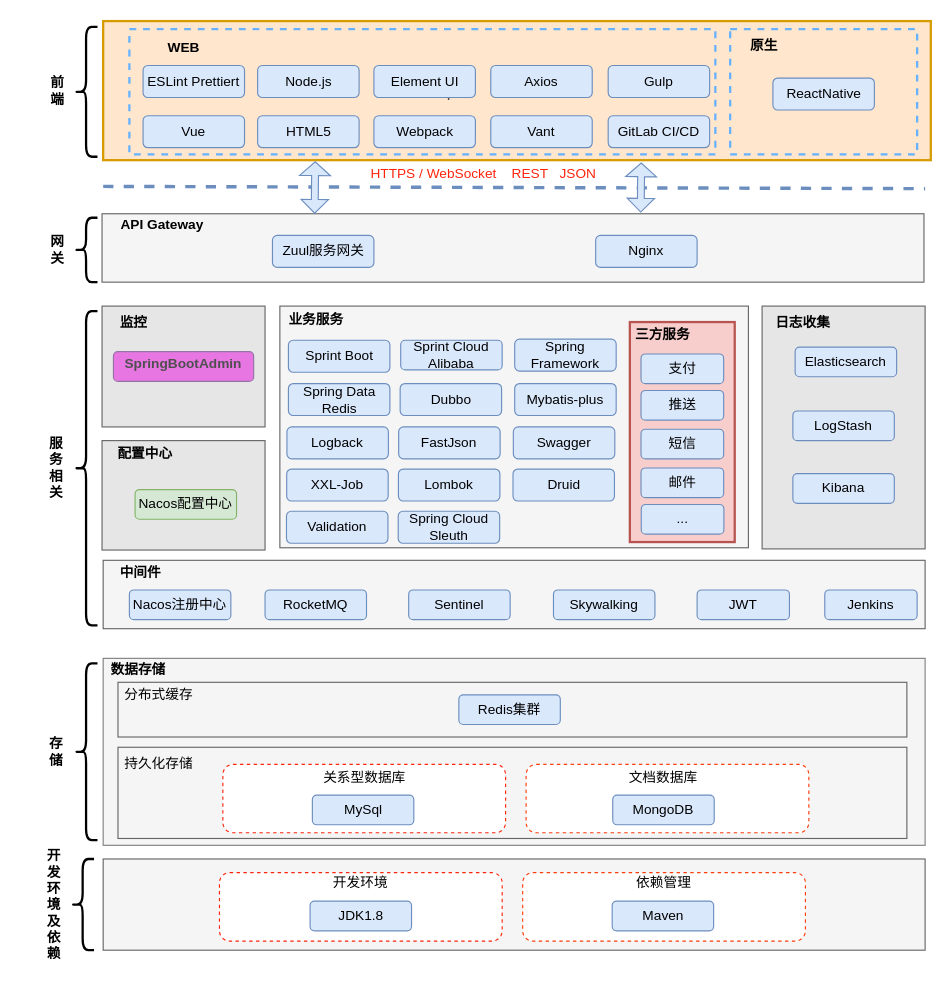
Above: 汽车公司技术架构图-new.drawio in ammengke/my-drawio (draw.io), before the change. Source tidied: cells renumbered, new cells numbered last; positions are measured from the earlier drawing's top-left corner, leaving out a move shared by most shapes. Both pictures are drawn from the tidied source at 114%, with x=0, y=0 at pixel (19, 21).
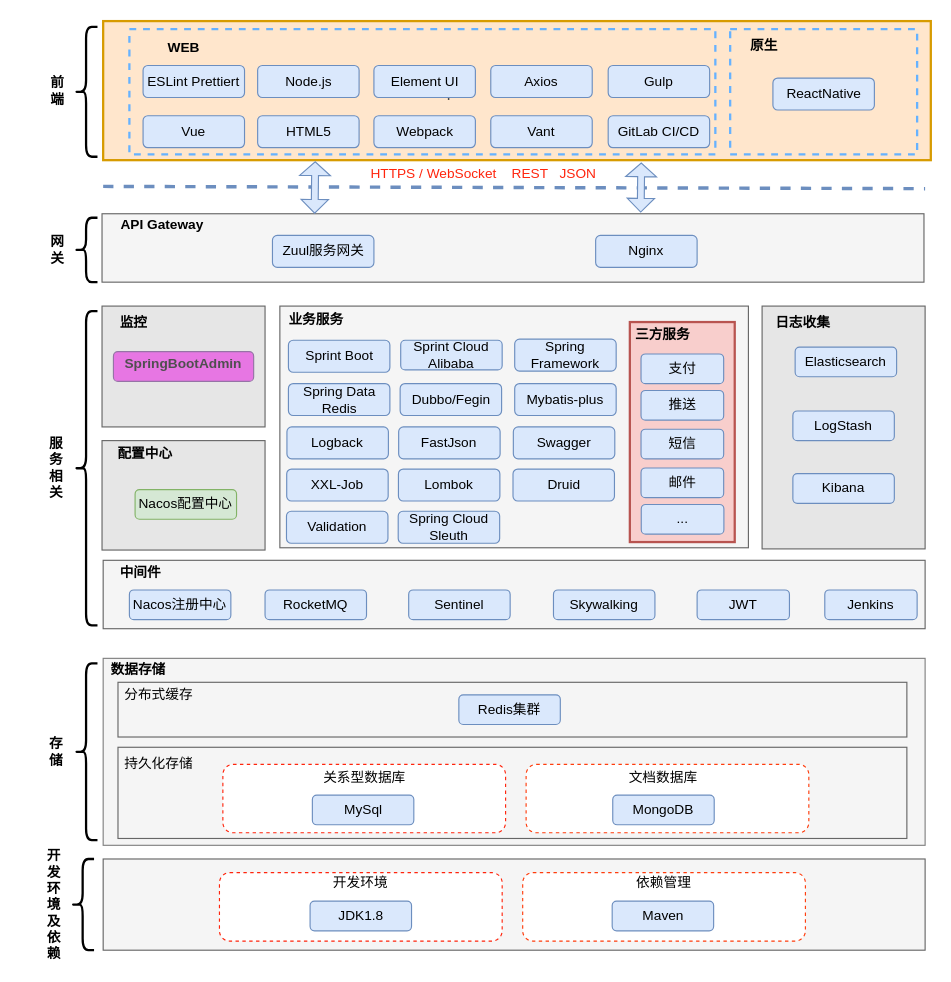
The same diagram, later.

Commit message:
Update 汽车公司技术架构图-new.drawio

The edit, as a diff of the source:
```diff
@@
-    <mxCell id="42" value="Dubbo" style="rounded=1;whiteSpace=wrap;html=1;strokeColor=#6c8ebf;fillColor=#dae8fc;fontFamily=Helvetica;" parent="1" vertex="1">
+    <mxCell id="42" value="Dubbo/Fegin" style="rounded=1;whiteSpace=wrap;html=1;strokeColor=#6c8ebf;fillColor=#dae8fc;fontFamily=Helvetica;" parent="1" vertex="1">
       <mxGeometry x="333.5" y="318" width="89" height="28" as="geometry" />
     </mxCell>
```
